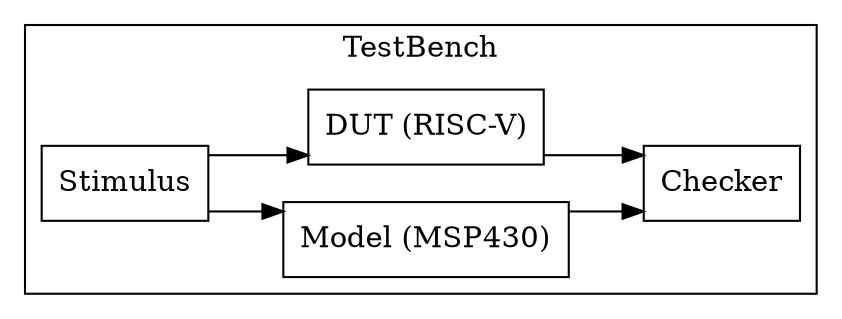
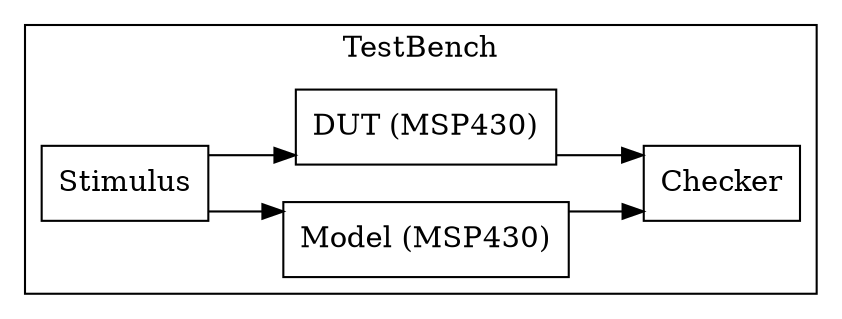
digraph Project {
  // Introduction
  graph [rankdir = LR, splines=ortho];
  node[shape=record];

  // Blocks
  subgraph "cluster TestBench" { label = "TestBench";
    Stimulus[shape=box, label="Stimulus"];
    Model[shape=box, label="Model (MSP430)"];
-     DUT[shape=box, label="DUT (RISC-V)"];
+     DUT[shape=box, label="DUT (MSP430)"];
    Checker[shape=box, label="Checker"];
  }

  // Sequence
  Stimulus -> Model;
  Stimulus -> DUT;
  Model -> Checker;
  DUT -> Checker;
}
